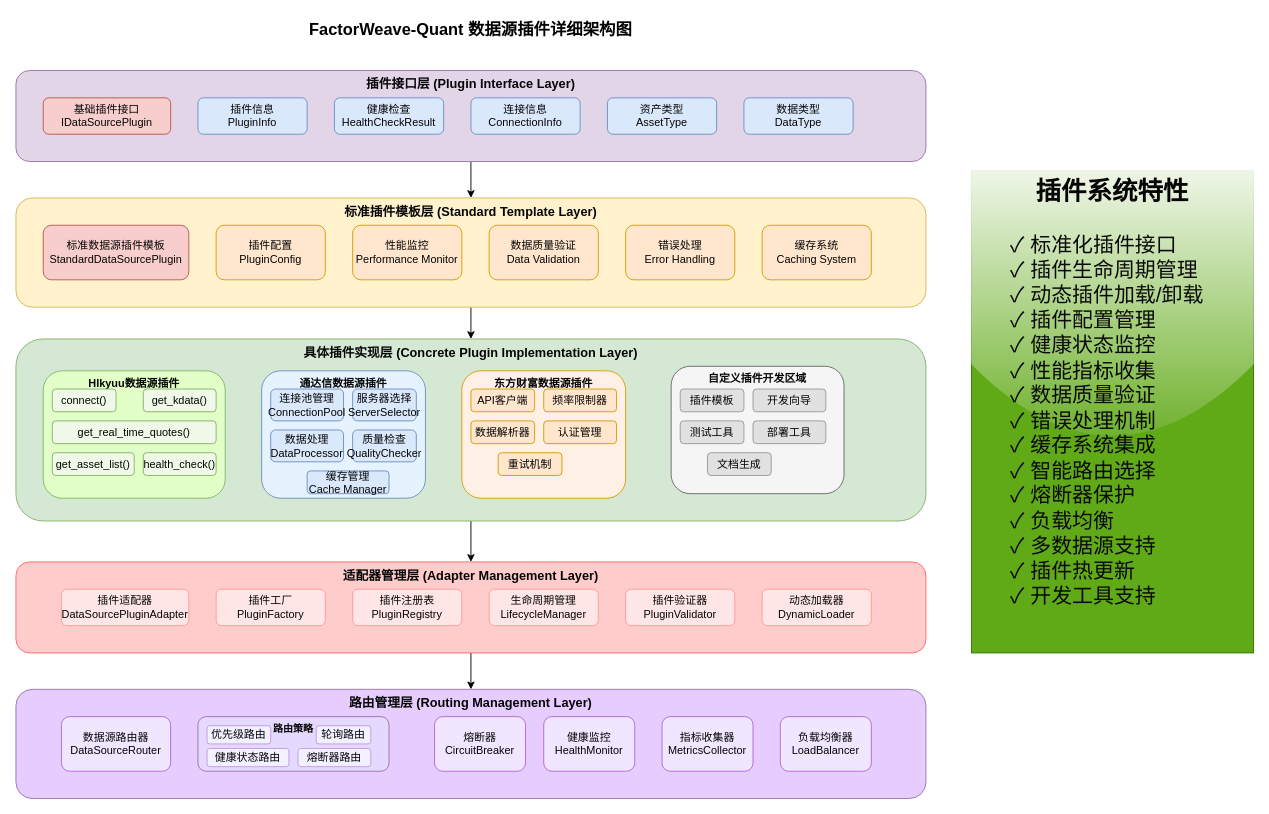
The draw.io diagram drawio/数据源插件架构图.drawio in kzqq092-png/houta, before the edit. Source tidied: cells renumbered, new cells numbered last; positions are measured from the earlier drawing's top-left corner, leaving out a move shared by most shapes. Both pictures are drawn from the tidied source at 91%, with x=0, y=0 at pixel (15, 15).
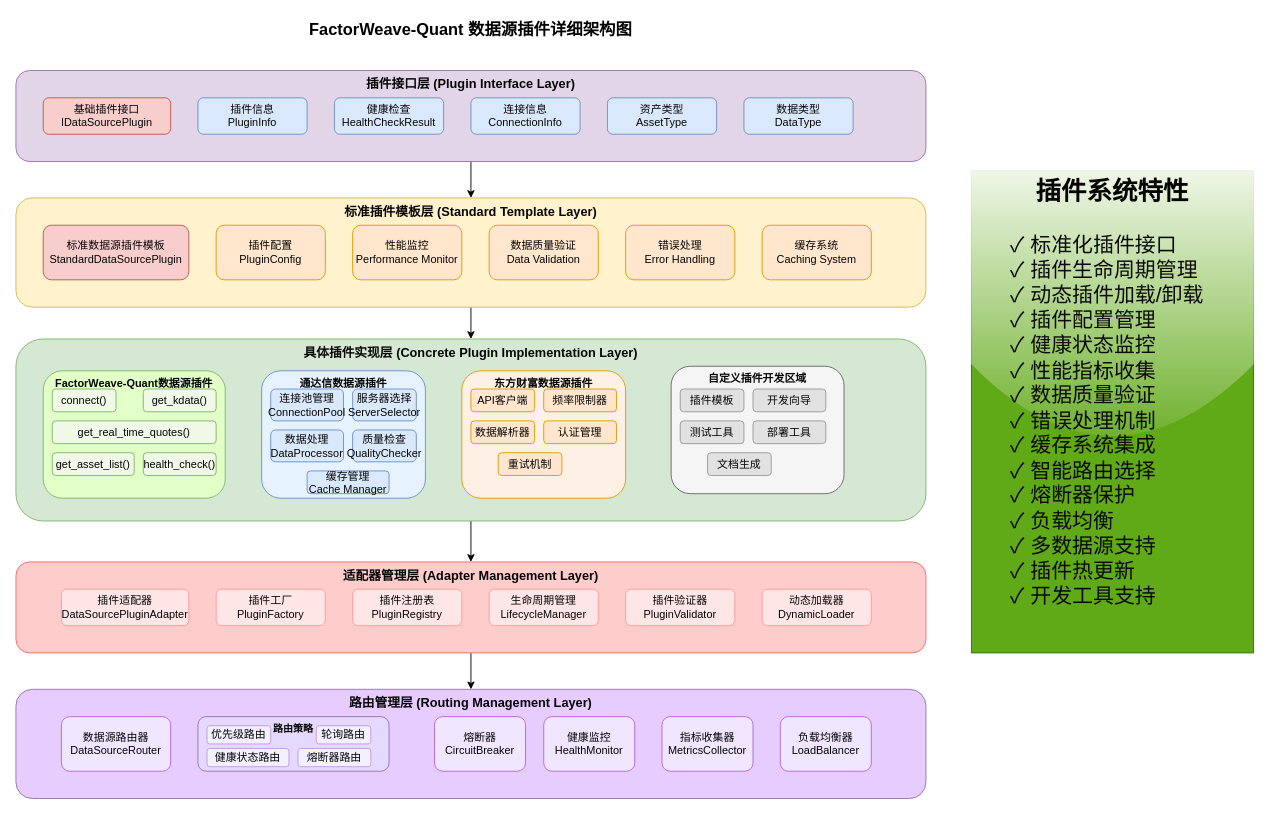
Above is the later version.

Unchanged cells that the change refers to:
```xml
<mxCell id="12" style="group;" parent="10" vertex="1">
  <mxGeometry x="30" y="35" width="200" height="140" as="geometry" />
</mxCell>
```

What changed in the source:
```diff
@@
-    <mxCell id="13" value="HIkyuu数据源插件" style="rounded=1;whiteSpace=wrap;html=1;fillColor=#e1ffc7;strokeColor=#82b366;fontSize=12;fontStyle=1;fontColor=#050505;verticalAlign=top;" parent="12" vertex="1">
+    <mxCell id="13" value="FactorWeave-Quant数据源插件" style="rounded=1;whiteSpace=wrap;html=1;fillColor=#e1ffc7;strokeColor=#82b366;fontSize=12;fontStyle=1;fontColor=#050505;verticalAlign=top;" parent="12" vertex="1">
       <mxGeometry width="200" height="140" as="geometry" />
     </mxCell>
```
